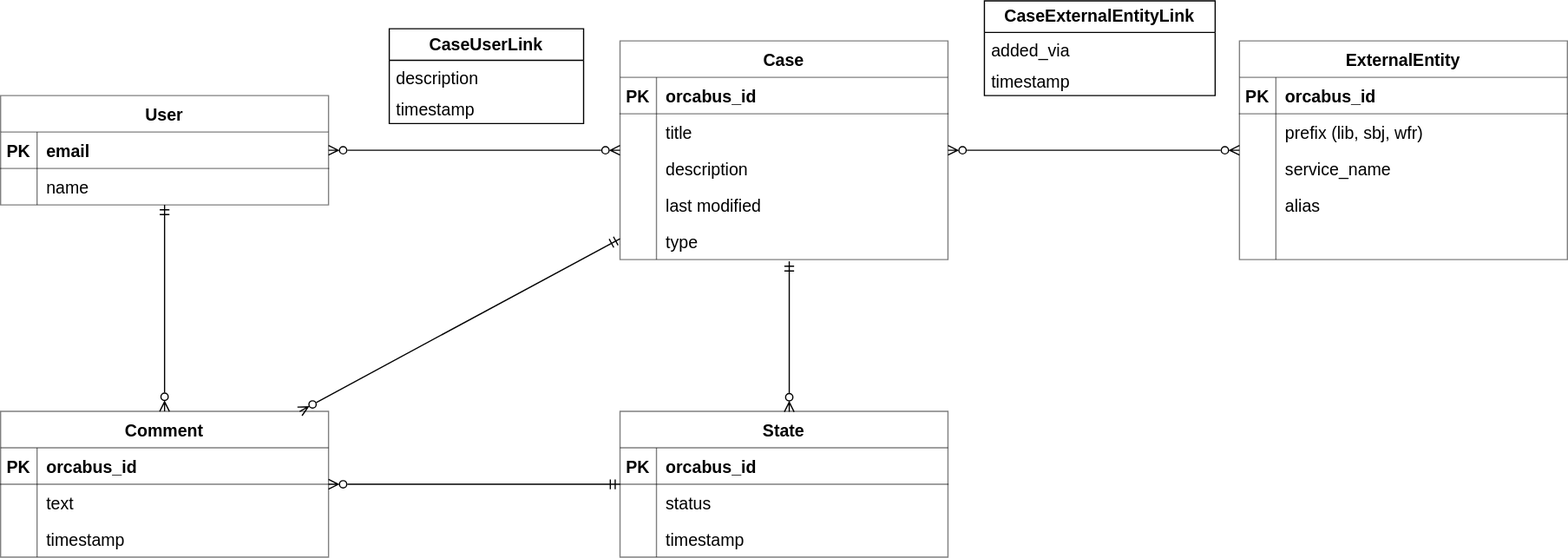
The draw.io diagram case-manager/docs/schema.drawio.svg in OrcaBus/service-case-manager, before a commit. Source tidied: cells renumbered, new cells last; positions are measured from the earlier drawing's top-left corner, leaving out a move shared by most shapes.
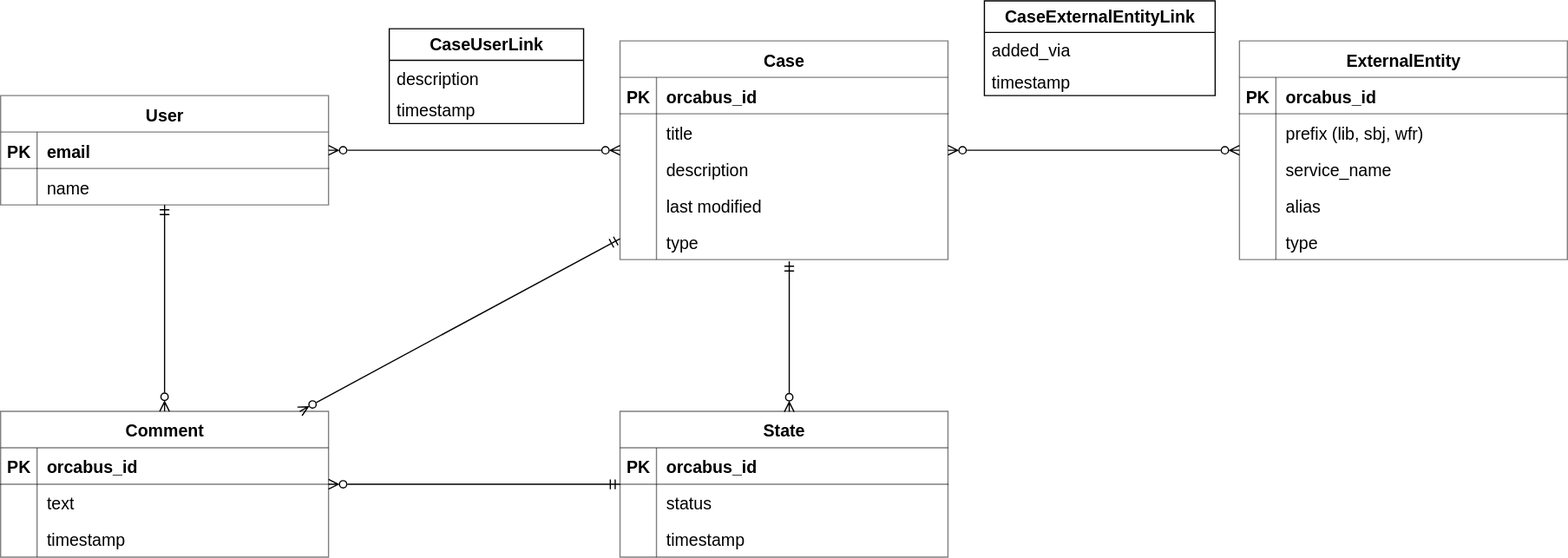
The same file after the commit.

Commit message:
more testing and add type

What changed in the source:
```diff
@@ -95,7 +95,7 @@
     <mxCell id="32" style="shape=partialRectangle;fillColor=none;top=0;left=0;bottom=0;right=0;overflow=hidden;rounded=0;shadow=0;labelBackgroundColor=#FFFFFF;labelBorderColor=none;sketch=0;fontSize=12;fontColor=#000000;" parent="31" vertex="1">
       <mxGeometry width="30" height="30" as="geometry" />
     </mxCell>
-    <mxCell id="33" style="shape=partialRectangle;fillColor=none;top=0;left=0;bottom=0;right=0;align=left;spacingLeft=6;overflow=hidden;rounded=0;shadow=0;labelBackgroundColor=#FFFFFF;labelBorderColor=none;sketch=0;fontSize=14;fontColor=#000000;" parent="31" vertex="1">
+    <mxCell id="33" value="type" style="shape=partialRectangle;fillColor=none;top=0;left=0;bottom=0;right=0;align=left;spacingLeft=6;overflow=hidden;rounded=0;shadow=0;labelBackgroundColor=#FFFFFF;labelBorderColor=none;sketch=0;fontSize=14;fontColor=#000000;" parent="31" vertex="1">
       <mxGeometry x="30" width="240" height="30" as="geometry" />
     </mxCell>
     <mxCell id="34" value="User" style="shape=table;startSize=30;rowLines=0;fontStyle=1;align=center;fontSize=14;fillColor=none;opacity=50;" parent="1" vertex="1">
```
